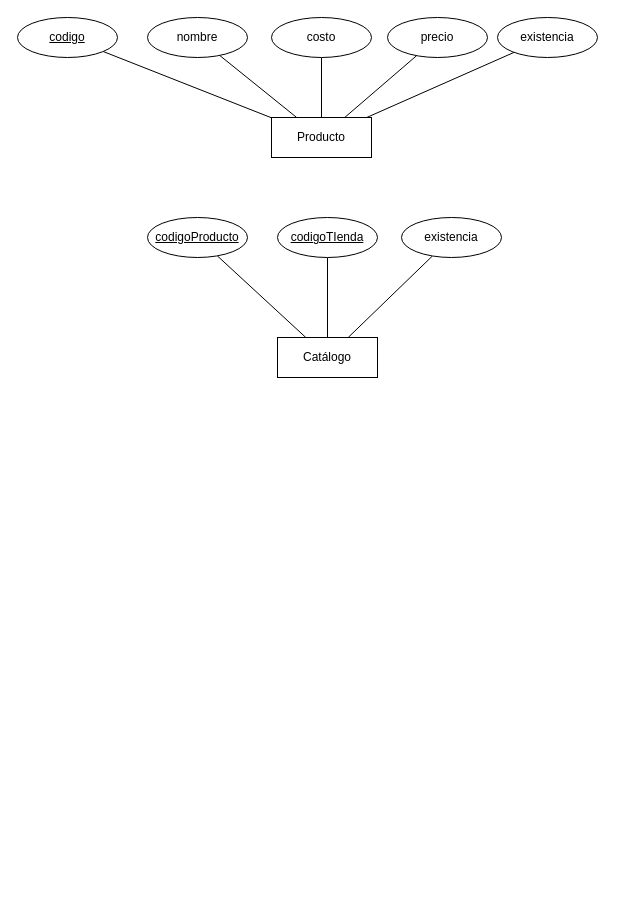
The draw.io diagram documentación/entidad_relacion.drawio in luisbaquiax/IPC2-PROYECTO-1, before the edit. Source tidied: cells renumbered, new cells numbered last; positions are measured from the earlier drawing's top-left corner, leaving out a move shared by most shapes. Both pictures are drawn from the tidied source at 100%, with x=0, y=0 at pixel (17, 17).
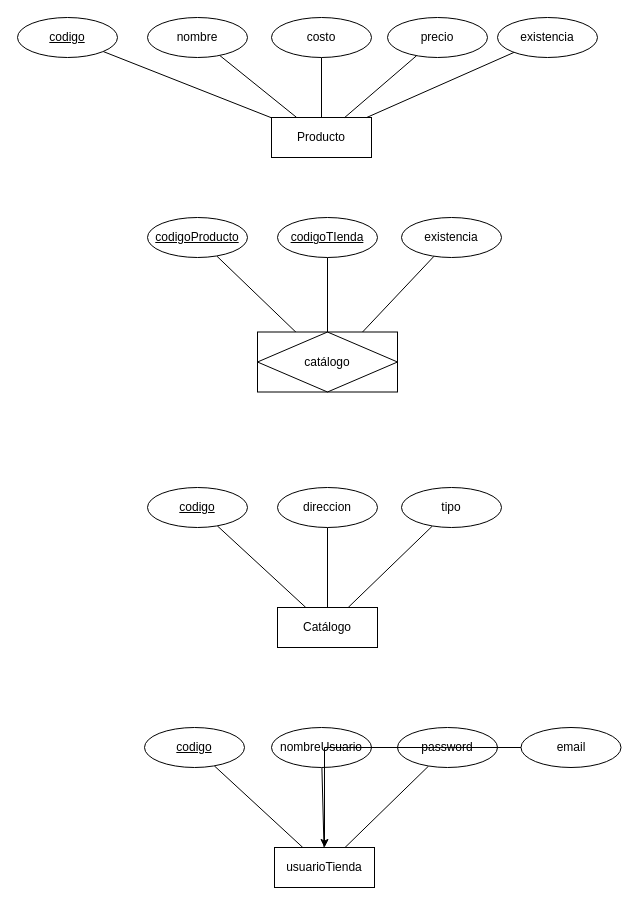
The same page after the edit.

Commit message:
add file entidad-relacion

Unchanged cells that the change refers to:
```xml
<mxCell id="15" value="codigoProducto" style="ellipse;whiteSpace=wrap;html=1;align=center;fontStyle=4;" parent="1" vertex="1">
  <mxGeometry x="130" y="200" width="100" height="40" as="geometry" />
</mxCell>
<mxCell id="17" value="codigoTIenda" style="ellipse;whiteSpace=wrap;html=1;align=center;fontStyle=4;" parent="1" vertex="1">
  <mxGeometry x="260" y="200" width="100" height="40" as="geometry" />
</mxCell>
<mxCell id="19" value="existencia" style="ellipse;whiteSpace=wrap;html=1;align=center;" parent="1" vertex="1">
  <mxGeometry x="384" y="200" width="100" height="40" as="geometry" />
</mxCell>
```

What changed in the source:
```diff
@@
-    <mxCell id="13" value="Catálogo" style="whiteSpace=wrap;html=1;align=center;" parent="1" vertex="1">
-      <mxGeometry x="260" y="320" width="100" height="40" as="geometry" />
-    </mxCell>
-    <mxCell id="14" style="rounded=0;jettySize=auto;html=1;endArrow=none;endFill=0;" parent="1" edge="1" source="15" target="13">
+    <mxCell id="14" style="rounded=0;jettySize=auto;html=1;endArrow=none;endFill=0;entryX=0.321;entryY=0.108;entryDx=0;entryDy=0;entryPerimeter=0;" parent="1" edge="1" source="15" target="26">
       <mxGeometry relative="1" as="geometry" />
     </mxCell>
@@
-    <mxCell id="16" style="rounded=0;jettySize=auto;html=1;endArrow=none;endFill=0;" parent="1" edge="1" source="17" target="13">
+    <mxCell id="16" style="rounded=0;jettySize=auto;html=1;endArrow=none;endFill=0;entryX=0.5;entryY=0;entryDx=0;entryDy=0;" parent="1" edge="1" source="17" target="26">
       <mxGeometry relative="1" as="geometry" />
     </mxCell>
@@
-    <mxCell id="18" style="rounded=0;jettySize=auto;html=1;endArrow=none;endFill=0;" parent="1" edge="1" source="19" target="13">
+    <mxCell id="18" style="rounded=0;jettySize=auto;html=1;endArrow=none;endFill=0;entryX=0.693;entryY=0.142;entryDx=0;entryDy=0;entryPerimeter=0;" parent="1" edge="1" source="19" target="26">
       <mxGeometry relative="1" as="geometry" />
     </mxCell>
@@
+    <mxCell id="13" value="Catálogo" style="whiteSpace=wrap;html=1;align=center;" parent="1" vertex="1">
+      <mxGeometry x="260" y="590" width="100" height="40" as="geometry" />
+    </mxCell>
+    <mxCell id="20" style="rounded=0;jettySize=auto;html=1;endArrow=none;endFill=0;" parent="1" edge="1" source="21" target="13">
+      <mxGeometry relative="1" as="geometry" />
+    </mxCell>
+    <mxCell id="21" value="codigo" style="ellipse;whiteSpace=wrap;html=1;align=center;fontStyle=4;" parent="1" vertex="1">
+      <mxGeometry x="130" y="470" width="100" height="40" as="geometry" />
+    </mxCell>
+    <mxCell id="22" style="rounded=0;jettySize=auto;html=1;endArrow=none;endFill=0;" parent="1" edge="1" source="23" target="13">
+      <mxGeometry relative="1" as="geometry" />
+    </mxCell>
+    <mxCell id="23" value="direccion" style="ellipse;whiteSpace=wrap;html=1;align=center;fontStyle=0;" parent="1" vertex="1">
+      <mxGeometry x="260" y="470" width="100" height="40" as="geometry" />
+    </mxCell>
+    <mxCell id="24" style="rounded=0;jettySize=auto;html=1;endArrow=none;endFill=0;" parent="1" edge="1" source="25" target="13">
+      <mxGeometry relative="1" as="geometry" />
+    </mxCell>
+    <mxCell id="25" value="tipo" style="ellipse;whiteSpace=wrap;html=1;align=center;" parent="1" vertex="1">
+      <mxGeometry x="384" y="470" width="100" height="40" as="geometry" />
+    </mxCell>
+    <mxCell id="26" value="catálogo" style="shape=associativeEntity;whiteSpace=wrap;html=1;align=center;" parent="1" vertex="1">
+      <mxGeometry x="240" y="314.5" width="140" height="60" as="geometry" />
+    </mxCell>
+    <mxCell id="27" value="usuarioTienda" style="whiteSpace=wrap;html=1;align=center;" parent="1" vertex="1">
+      <mxGeometry x="257" y="830" width="100" height="40" as="geometry" />
+    </mxCell>
+    <mxCell id="28" style="rounded=0;jettySize=auto;html=1;endArrow=none;endFill=0;" parent="1" edge="1" source="29" target="27">
+      <mxGeometry relative="1" as="geometry" />
+    </mxCell>
+    <mxCell id="29" value="codigo" style="ellipse;whiteSpace=wrap;html=1;align=center;fontStyle=4;" parent="1" vertex="1">
+      <mxGeometry x="127" y="710" width="100" height="40" as="geometry" />
+    </mxCell>
+    <mxCell id="30" style="rounded=0;jettySize=auto;html=1;endArrow=none;endFill=0;" parent="1" edge="1" source="31" target="27">
+      <mxGeometry relative="1" as="geometry" />
+    </mxCell>
+    <mxCell id="31" value="password" style="ellipse;whiteSpace=wrap;html=1;align=center;fontStyle=0;" parent="1" vertex="1">
+      <mxGeometry x="380" y="710" width="100" height="40" as="geometry" />
+    </mxCell>
+    <mxCell id="32" style="rounded=0;jettySize=auto;html=1;endArrow=none;endFill=0;" parent="1" edge="1" source="33" target="27">
+      <mxGeometry relative="1" as="geometry" />
+    </mxCell>
+    <mxCell id="33" value="nombreUsuario" style="ellipse;whiteSpace=wrap;html=1;align=center;" parent="1" vertex="1">
+      <mxGeometry x="254" y="710" width="100" height="40" as="geometry" />
+    </mxCell>
+    <mxCell id="34" style="edgeStyle=orthogonalEdgeStyle;rounded=0;jettySize=auto;html=1;" parent="1" edge="1" source="35" target="27">
+      <mxGeometry relative="1" as="geometry" />
+    </mxCell>
+    <mxCell id="35" value="email" style="ellipse;whiteSpace=wrap;html=1;align=center;fontStyle=0;" parent="1" vertex="1">
+      <mxGeometry x="503.5" y="710" width="100" height="40" as="geometry" />
+    </mxCell>
```
